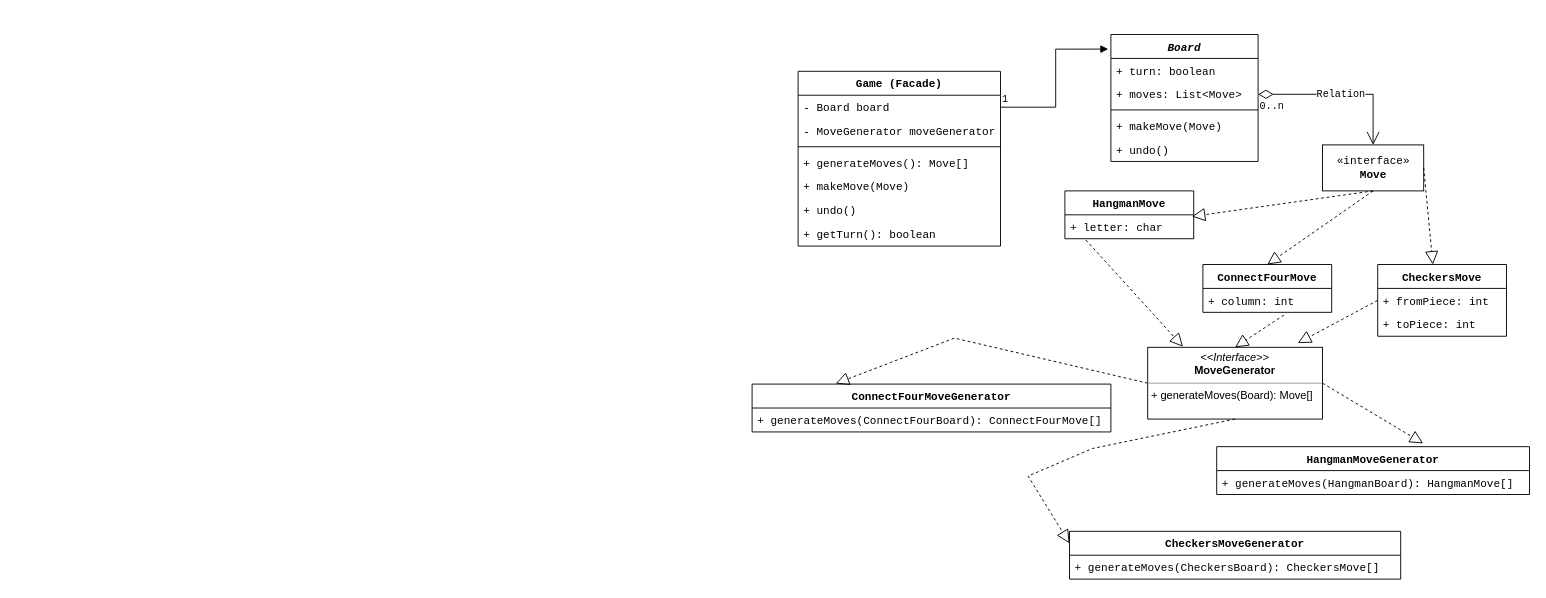
amygrinn/cps240-term-project keeps this draw.io diagram as doc/uml.drawio. Above is the earlier version. Source tidied: cells renumbered, new cells numbered last; positions are measured from the earlier drawing's top-left corner, leaving out a move shared by most shapes. Both pictures are drawn from the tidied source at 92%, with x=0, y=0 at pixel (752, 34).
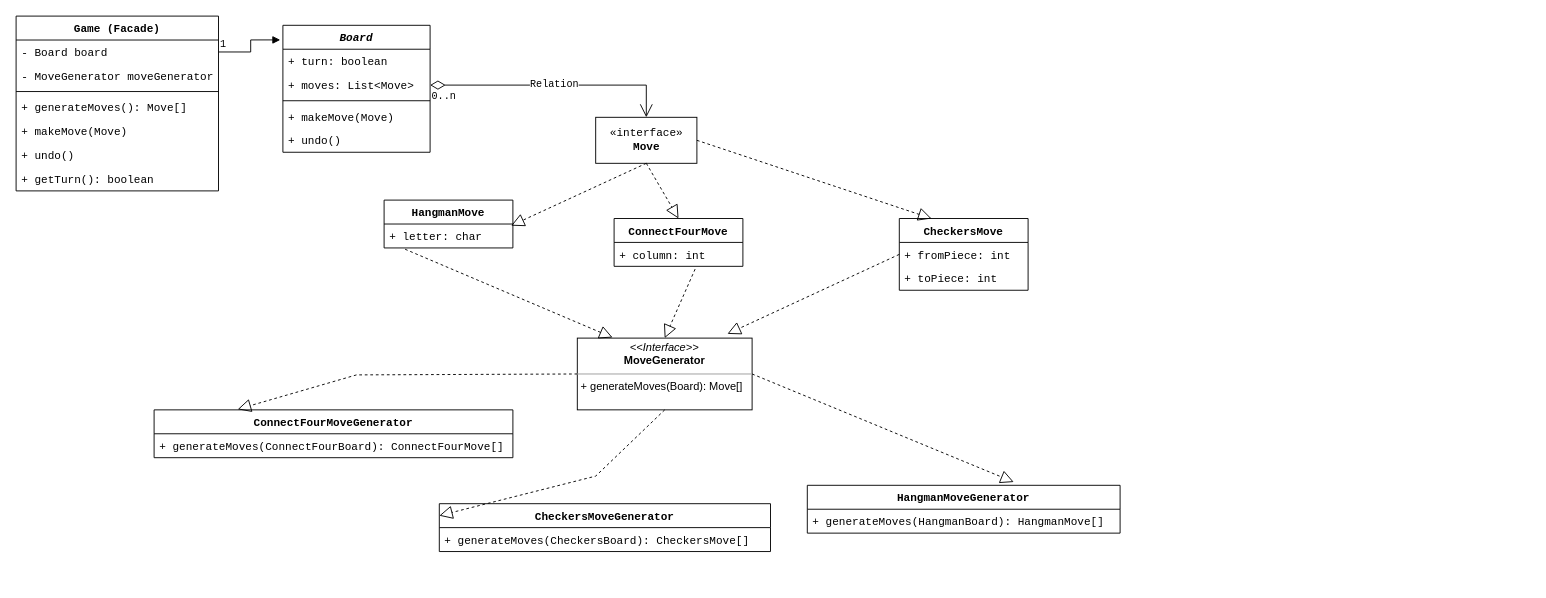
The same diagram, later.

Diff of the diagram source:
```diff
@@
     <mxCell id="2" value="Game (Facade)" style="swimlane;fontStyle=1;align=center;verticalAlign=top;horizontal=1;startSize=26;fontFamily=Courier New;" parent="1" vertex="1">
-      <mxGeometry x="50" y="40" width="220" height="190" as="geometry" />
+      <mxGeometry x="-800" y="-20" width="220" height="190" as="geometry" />
     </mxCell>
@@
     <mxCell id="10" value="ConnectFourMove" style="swimlane;fontStyle=1;horizontal=1;startSize=26;fillColor=none;fontFamily=Courier New;" parent="1" vertex="1">
-      <mxGeometry x="490" y="250" width="140" height="52" as="geometry" />
+      <mxGeometry x="-150" y="200" width="140" height="52" as="geometry" />
     </mxCell>
@@
     <mxCell id="12" value="HangmanMove" style="swimlane;fontStyle=1;horizontal=1;startSize=26;fillColor=none;fontFamily=Courier New;" parent="1" vertex="1">
-      <mxGeometry x="340" y="170" width="140" height="52" as="geometry" />
+      <mxGeometry x="-400" y="180" width="140" height="52" as="geometry" />
     </mxCell>
@@
     <mxCell id="14" value="CheckersMove" style="swimlane;fontStyle=1;horizontal=1;startSize=26;fillColor=none;fontFamily=Courier New;" parent="1" vertex="1">
-      <mxGeometry x="680" y="250" width="140" height="78" as="geometry" />
+      <mxGeometry x="160" y="200" width="140" height="78" as="geometry" />
     </mxCell>
@@
     <mxCell id="17" value="«interface»&lt;br&gt;&lt;b&gt;Move&lt;/b&gt;" style="html=1;fontFamily=Courier New;" parent="1" vertex="1">
-      <mxGeometry x="620" y="120" width="110" height="50" as="geometry" />
+      <mxGeometry x="-170" y="90" width="110" height="50" as="geometry" />
     </mxCell>
@@
-    <mxCell id="19" style="endArrow=block;dashed=1;endFill=0;endSize=12;html=1;rounded=0;fontFamily=Courier New;exitX=1;exitY=0.5;exitDx=0;exitDy=0;" parent="1" edge="1" source="17">
-      <mxGeometry relative="1" as="geometry">
-        <mxPoint x="740" y="250" as="targetPoint" />
-      </mxGeometry>
+    <mxCell id="19" style="endArrow=block;dashed=1;endFill=0;endSize=12;html=1;rounded=0;fontFamily=Courier New;exitX=1;exitY=0.5;exitDx=0;exitDy=0;entryX=0.25;entryY=0;entryDx=0;entryDy=0;" parent="1" edge="1" source="17" target="14">
+      <mxGeometry relative="1" as="geometry" />
     </mxCell>
@@
     <mxCell id="21" value="Board" style="swimlane;fontStyle=3;align=center;verticalAlign=top;horizontal=1;startSize=26;fontFamily=Courier New;" parent="1" vertex="1">
-      <mxGeometry x="390" width="160" height="138" as="geometry" />
+      <mxGeometry x="-510" y="-10" width="160" height="138" as="geometry" />
     </mxCell>
@@
     <mxCell id="29" value="CheckersMoveGenerator" style="swimlane;fontStyle=1;horizontal=1;startSize=26;fillColor=none;fontFamily=Courier New;" parent="1" vertex="1">
-      <mxGeometry x="345" y="540" width="360" height="52" as="geometry" />
+      <mxGeometry x="-340" y="510" width="360" height="52" as="geometry" />
     </mxCell>
@@
     <mxCell id="31" value="&lt;p style=&quot;margin:0px;margin-top:4px;text-align:center;&quot;&gt;&lt;i&gt;&amp;lt;&amp;lt;Interface&amp;gt;&amp;gt;&lt;/i&gt;&lt;br&gt;&lt;b&gt;MoveGenerator&lt;/b&gt;&lt;/p&gt;&lt;hr size=&quot;1&quot;&gt;&lt;p style=&quot;margin:0px;margin-left:4px;&quot;&gt;+ generateMoves(Board): Move[]&lt;/p&gt;" style="verticalAlign=top;align=left;overflow=fill;fontSize=12;fontFamily=Helvetica;html=1;" parent="1" vertex="1">
-      <mxGeometry x="430" y="340" width="190" height="78" as="geometry" />
+      <mxGeometry x="-190" y="330" width="190" height="78" as="geometry" />
     </mxCell>
     <mxCell id="32" value="HangmanMoveGenerator" style="swimlane;fontStyle=1;horizontal=1;startSize=26;fillColor=none;fontFamily=Courier New;" parent="1" vertex="1">
-      <mxGeometry x="505" y="448" width="340" height="52" as="geometry" />
+      <mxGeometry x="60" y="490" width="340" height="52" as="geometry" />
     </mxCell>
@@
     <mxCell id="34" value="ConnectFourMoveGenerator" style="swimlane;fontStyle=1;horizontal=1;startSize=26;fillColor=none;fontFamily=Courier New;" parent="1" vertex="1">
-      <mxGeometry y="380" width="390" height="52" as="geometry" />
+      <mxGeometry x="-650" y="408" width="390" height="52" as="geometry" />
     </mxCell>
@@
     <mxCell id="37" style="endArrow=block;dashed=1;endFill=0;endSize=12;html=1;rounded=0;fontFamily=Courier New;exitX=0.5;exitY=1;exitDx=0;exitDy=0;entryX=0;entryY=0.25;entryDx=0;entryDy=0;" parent="1" edge="1" source="31" target="29">
       <mxGeometry relative="1" as="geometry">
         <Array as="points">
-          <mxPoint x="370" y="450" />
-          <mxPoint x="300" y="480" />
+          <mxPoint x="-170" y="480" />
         </Array>
       </mxGeometry>
     </mxCell>
     <mxCell id="38" style="endArrow=block;dashed=1;endFill=0;endSize=12;html=1;rounded=0;fontFamily=Courier New;exitX=0;exitY=0.5;exitDx=0;exitDy=0;entryX=0.233;entryY=-0.012;entryDx=0;entryDy=0;entryPerimeter=0;" parent="1" edge="1" source="31" target="34">
       <mxGeometry relative="1" as="geometry">
         <Array as="points">
-          <mxPoint x="220" y="330" />
+          <mxPoint x="-430" y="370" />
         </Array>
       </mxGeometry>
     </mxCell>
```
